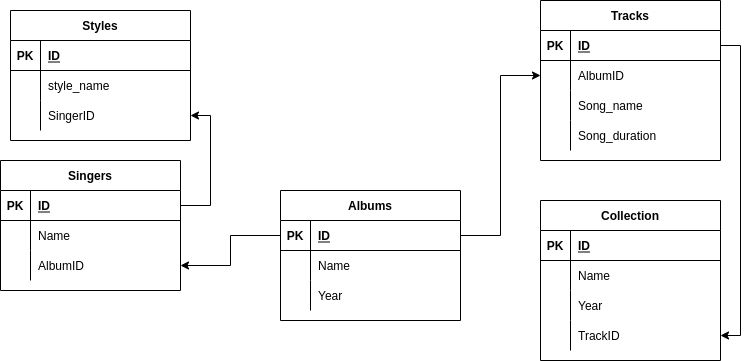
This is DB2_netology.png from pantipov21/DB-workshop, a draw.io export, as it was before one commit. Source tidied: cells renumbered, new cells last; positions are measured from the earlier drawing's top-left corner, leaving out a move shared by most shapes.
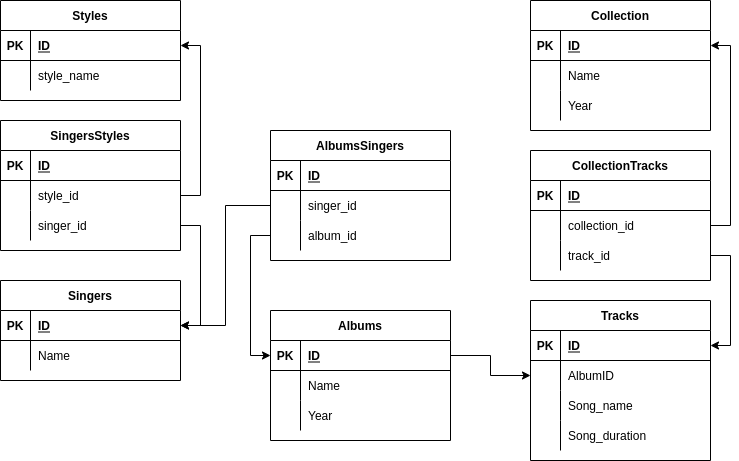
After the commit.

Commit message:
Исправление замечаний

The edit, as a diff of the source:
```diff
@@ -3,7 +3,7 @@
     <mxCell id="0" />
     <mxCell id="1" parent="0" />
     <mxCell id="2" value="Albums" style="shape=table;startSize=30;rowLines=0;fontStyle=1;align=center;" parent="1" vertex="1">
-      <mxGeometry x="280" y="190" width="180" height="130" as="geometry" />
+      <mxGeometry x="280" y="160" width="180" height="130" as="geometry" />
     </mxCell>
     <mxCell id="3" style="shape=tableRow;horizontal=0;startSize=0;swimlaneHead=0;swimlaneBody=0;fillColor=none;points=[[0,0.5],[1,0.5]];portConstraint=eastwest;top=0;left=0;right=0;bottom=1;" parent="2" vertex="1">
       <mxGeometry y="30" width="180" height="30" as="geometry" />
@@ -33,7 +33,7 @@
       <mxGeometry x="30" width="150" height="30" as="geometry" />
     </mxCell>
     <mxCell id="12" value="Tracks" style="shape=table;startSize=30;rowLines=0;fontStyle=1;align=center;" parent="1" vertex="1">
-      <mxGeometry x="540" width="180" height="160" as="geometry" />
+      <mxGeometry x="540" y="150" width="180" height="160" as="geometry" />
     </mxCell>
     <mxCell id="13" style="shape=tableRow;horizontal=0;startSize=0;swimlaneHead=0;swimlaneBody=0;fillColor=none;points=[[0,0.5],[1,0.5]];portConstraint=eastwest;top=0;left=0;right=0;bottom=1;" parent="12" vertex="1">
       <mxGeometry y="30" width="180" height="30" as="geometry" />
@@ -72,7 +72,7 @@
       <mxGeometry x="30" width="150" height="30" as="geometry" />
     </mxCell>
     <mxCell id="25" value="Singers" style="shape=table;startSize=30;rowLines=0;fontStyle=1;align=center;" parent="1" vertex="1">
-      <mxGeometry y="160" width="180" height="130" as="geometry" />
+      <mxGeometry x="10" y="130" width="180" height="100" as="geometry" />
     </mxCell>
     <mxCell id="26" style="shape=tableRow;horizontal=0;startSize=0;swimlaneHead=0;swimlaneBody=0;fillColor=none;points=[[0,0.5],[1,0.5]];portConstraint=eastwest;top=0;left=0;right=0;bottom=1;" parent="25" vertex="1">
       <mxGeometry y="30" width="180" height="30" as="geometry" />
@@ -92,20 +92,11 @@
     <mxCell id="31" value="Name" style="shape=partialRectangle;fillColor=none;top=0;left=0;bottom=0;right=0;align=left;spacingLeft=6;overflow=hidden;" parent="29" vertex="1">
       <mxGeometry x="30" width="150" height="30" as="geometry" />
     </mxCell>
-    <mxCell id="32" style="shape=tableRow;horizontal=0;startSize=0;swimlaneHead=0;swimlaneBody=0;fillColor=none;points=[[0,0.5],[1,0.5]];portConstraint=eastwest;top=0;left=0;right=0;bottom=0;" parent="25" vertex="1">
-      <mxGeometry y="90" width="180" height="30" as="geometry" />
-    </mxCell>
-    <mxCell id="33" style="shape=partialRectangle;fillColor=none;top=0;left=0;bottom=0;right=0;overflow=hidden;" parent="32" vertex="1">
-      <mxGeometry width="30" height="30" as="geometry" />
-    </mxCell>
-    <mxCell id="34" value="AlbumID" style="shape=partialRectangle;fillColor=none;top=0;left=0;bottom=0;right=0;align=left;spacingLeft=6;overflow=hidden;" parent="32" vertex="1">
-      <mxGeometry x="30" width="150" height="30" as="geometry" />
-    </mxCell>
     <mxCell id="35" style="edgeStyle=orthogonalEdgeStyle;rounded=0;jettySize=auto;html=1;exitX=1;exitY=0.5;exitDx=0;exitDy=0;entryX=0;entryY=0.5;entryDx=0;entryDy=0;" parent="1" edge="1" source="3" target="16">
       <mxGeometry relative="1" as="geometry" />
     </mxCell>
     <mxCell id="36" value="Styles" style="shape=table;startSize=30;rowLines=0;fontStyle=1;align=center;" parent="1" vertex="1">
-      <mxGeometry x="10" y="10" width="180" height="130" as="geometry" />
+      <mxGeometry x="10" y="-150" width="180" height="100" as="geometry" />
     </mxCell>
     <mxCell id="37" style="shape=tableRow;horizontal=0;startSize=0;swimlaneHead=0;swimlaneBody=0;fillColor=none;points=[[0,0.5],[1,0.5]];portConstraint=eastwest;top=0;left=0;right=0;bottom=1;" parent="36" vertex="1">
       <mxGeometry y="30" width="180" height="30" as="geometry" />
@@ -125,20 +116,8 @@
     <mxCell id="42" value="style_name" style="shape=partialRectangle;fillColor=none;top=0;left=0;bottom=0;right=0;align=left;spacingLeft=6;overflow=hidden;" parent="40" vertex="1">
       <mxGeometry x="30" width="150" height="30" as="geometry" />
     </mxCell>
-    <mxCell id="43" style="shape=tableRow;horizontal=0;startSize=0;swimlaneHead=0;swimlaneBody=0;fillColor=none;points=[[0,0.5],[1,0.5]];portConstraint=eastwest;top=0;left=0;right=0;bottom=0;" parent="36" vertex="1">
-      <mxGeometry y="90" width="180" height="30" as="geometry" />
-    </mxCell>
-    <mxCell id="44" style="shape=partialRectangle;fillColor=none;top=0;left=0;bottom=0;right=0;overflow=hidden;" parent="43" vertex="1">
-      <mxGeometry width="30" height="30" as="geometry" />
-    </mxCell>
-    <mxCell id="45" value="SingerID" style="shape=partialRectangle;fillColor=none;top=0;left=0;bottom=0;right=0;align=left;spacingLeft=6;overflow=hidden;" parent="43" vertex="1">
-      <mxGeometry x="30" width="150" height="30" as="geometry" />
-    </mxCell>
-    <mxCell id="46" style="edgeStyle=orthogonalEdgeStyle;rounded=0;jettySize=auto;html=1;exitX=0;exitY=0.5;exitDx=0;exitDy=0;" parent="1" edge="1" source="3" target="32">
-      <mxGeometry relative="1" as="geometry" />
-    </mxCell>
     <mxCell id="47" value="Collection" style="shape=table;startSize=30;rowLines=0;fontStyle=1;align=center;" parent="1" vertex="1">
-      <mxGeometry x="540" y="200" width="180" height="160" as="geometry" />
+      <mxGeometry x="540" y="-150" width="180" height="130" as="geometry" />
     </mxCell>
     <mxCell id="48" style="shape=tableRow;horizontal=0;startSize=0;swimlaneHead=0;swimlaneBody=0;fillColor=none;points=[[0,0.5],[1,0.5]];portConstraint=eastwest;top=0;left=0;right=0;bottom=1;" parent="47" vertex="1">
       <mxGeometry y="30" width="180" height="30" as="geometry" />
@@ -167,20 +146,113 @@
     <mxCell id="56" value="Year" style="shape=partialRectangle;fillColor=none;top=0;left=0;bottom=0;right=0;align=left;spacingLeft=6;overflow=hidden;" parent="54" vertex="1">
       <mxGeometry x="30" width="150" height="30" as="geometry" />
     </mxCell>
-    <mxCell id="57" style="shape=tableRow;horizontal=0;startSize=0;swimlaneHead=0;swimlaneBody=0;fillColor=none;points=[[0,0.5],[1,0.5]];portConstraint=eastwest;top=0;left=0;right=0;bottom=0;" parent="47" vertex="1">
-      <mxGeometry y="120" width="180" height="30" as="geometry" />
-    </mxCell>
-    <mxCell id="58" style="shape=partialRectangle;fillColor=none;top=0;left=0;bottom=0;right=0;overflow=hidden;" parent="57" vertex="1">
-      <mxGeometry width="30" height="30" as="geometry" />
-    </mxCell>
-    <mxCell id="59" value="TrackID" style="shape=partialRectangle;fillColor=none;top=0;left=0;bottom=0;right=0;align=left;spacingLeft=6;overflow=hidden;" parent="57" vertex="1">
-      <mxGeometry x="30" width="150" height="30" as="geometry" />
-    </mxCell>
-    <mxCell id="60" style="edgeStyle=orthogonalEdgeStyle;rounded=0;jettySize=auto;html=1;exitX=1;exitY=0.5;exitDx=0;exitDy=0;entryX=1;entryY=0.5;entryDx=0;entryDy=0;" parent="1" edge="1" source="13" target="57">
-      <mxGeometry relative="1" as="geometry" />
-    </mxCell>
-    <mxCell id="61" style="edgeStyle=orthogonalEdgeStyle;rounded=0;jettySize=auto;html=1;exitX=1;exitY=0.5;exitDx=0;exitDy=0;entryX=1;entryY=0.5;entryDx=0;entryDy=0;" parent="1" edge="1" source="26" target="43">
-      <mxGeometry relative="1" as="geometry" />
-    </mxCell>
+    <mxCell id="62" value="SingersStyles" style="shape=table;startSize=30;rowLines=0;fontStyle=1;align=center;" parent="1" vertex="1">
+      <mxGeometry x="10" y="-30" width="180" height="130" as="geometry" />
+    </mxCell>
+    <mxCell id="63" style="shape=tableRow;horizontal=0;startSize=0;swimlaneHead=0;swimlaneBody=0;fillColor=none;top=0;left=0;right=0;bottom=1;" parent="62" vertex="1">
+      <mxGeometry y="30" width="180" height="30" as="geometry" />
+    </mxCell>
+    <mxCell id="64" value="PK" style="shape=partialRectangle;fillColor=none;top=0;left=0;bottom=0;right=0;fontStyle=1;overflow=hidden;" parent="63" vertex="1">
+      <mxGeometry width="30" height="30" as="geometry" />
+    </mxCell>
+    <mxCell id="65" value="ID" style="shape=partialRectangle;fillColor=none;top=0;left=0;bottom=0;right=0;align=left;spacingLeft=6;fontStyle=5;overflow=hidden;" parent="63" vertex="1">
+      <mxGeometry x="30" width="150" height="30" as="geometry" />
+    </mxCell>
+    <mxCell id="66" style="shape=tableRow;horizontal=0;startSize=0;swimlaneHead=0;swimlaneBody=0;fillColor=none;points=[[0,0.5],[1,0.5]];portConstraint=eastwest;top=0;left=0;right=0;bottom=0;" parent="62" vertex="1">
+      <mxGeometry y="60" width="180" height="30" as="geometry" />
+    </mxCell>
+    <mxCell id="67" style="shape=partialRectangle;fillColor=none;top=0;left=0;bottom=0;right=0;overflow=hidden;" parent="66" vertex="1">
+      <mxGeometry width="30" height="30" as="geometry" />
+    </mxCell>
+    <mxCell id="68" value="style_id" style="shape=partialRectangle;fillColor=none;top=0;left=0;bottom=0;right=0;align=left;spacingLeft=6;overflow=hidden;" parent="66" vertex="1">
+      <mxGeometry x="30" width="150" height="30" as="geometry" />
+    </mxCell>
+    <mxCell id="69" style="shape=tableRow;horizontal=0;startSize=0;swimlaneHead=0;swimlaneBody=0;fillColor=none;points=[[0,0.5],[1,0.5]];portConstraint=eastwest;top=0;left=0;right=0;bottom=0;" parent="62" vertex="1">
+      <mxGeometry y="90" width="180" height="30" as="geometry" />
+    </mxCell>
+    <mxCell id="70" style="shape=partialRectangle;fillColor=none;top=0;left=0;bottom=0;right=0;overflow=hidden;" parent="69" vertex="1">
+      <mxGeometry width="30" height="30" as="geometry" />
+    </mxCell>
+    <mxCell id="71" value="singer_id" style="shape=partialRectangle;fillColor=none;top=0;left=0;bottom=0;right=0;align=left;spacingLeft=6;overflow=hidden;" parent="69" vertex="1">
+      <mxGeometry x="30" width="150" height="30" as="geometry" />
+    </mxCell>
+    <mxCell id="72" style="edgeStyle=orthogonalEdgeStyle;rounded=0;jettySize=auto;html=1;exitX=1;exitY=0.5;exitDx=0;exitDy=0;entryX=1;entryY=0.5;entryDx=0;entryDy=0;" parent="1" edge="1" source="69" target="26">
+      <mxGeometry relative="1" as="geometry" />
+    </mxCell>
+    <mxCell id="73" style="edgeStyle=orthogonalEdgeStyle;rounded=0;jettySize=auto;html=1;exitX=1;exitY=0.5;exitDx=0;exitDy=0;entryX=1;entryY=0.5;entryDx=0;entryDy=0;" parent="1" edge="1" source="66" target="37">
+      <mxGeometry relative="1" as="geometry" />
+    </mxCell>
+    <mxCell id="74" value="AlbumsSingers" style="shape=table;startSize=30;rowLines=0;fontStyle=1;align=center;" parent="1" vertex="1">
+      <mxGeometry x="280" y="-20" width="180" height="130" as="geometry" />
+    </mxCell>
+    <mxCell id="75" style="shape=tableRow;horizontal=0;startSize=0;swimlaneHead=0;swimlaneBody=0;fillColor=none;top=0;left=0;right=0;bottom=1;" parent="74" vertex="1">
+      <mxGeometry y="30" width="180" height="30" as="geometry" />
+    </mxCell>
+    <mxCell id="76" value="PK" style="shape=partialRectangle;fillColor=none;top=0;left=0;bottom=0;right=0;fontStyle=1;overflow=hidden;" parent="75" vertex="1">
+      <mxGeometry width="30" height="30" as="geometry" />
+    </mxCell>
+    <mxCell id="77" value="ID" style="shape=partialRectangle;fillColor=none;top=0;left=0;bottom=0;right=0;align=left;spacingLeft=6;fontStyle=5;overflow=hidden;" parent="75" vertex="1">
+      <mxGeometry x="30" width="150" height="30" as="geometry" />
+    </mxCell>
+    <mxCell id="78" style="shape=tableRow;horizontal=0;startSize=0;swimlaneHead=0;swimlaneBody=0;fillColor=none;points=[[0,0.5],[1,0.5]];portConstraint=eastwest;top=0;left=0;right=0;bottom=0;" parent="74" vertex="1">
+      <mxGeometry y="60" width="180" height="30" as="geometry" />
+    </mxCell>
+    <mxCell id="79" style="shape=partialRectangle;fillColor=none;top=0;left=0;bottom=0;right=0;overflow=hidden;" parent="78" vertex="1">
+      <mxGeometry width="30" height="30" as="geometry" />
+    </mxCell>
+    <mxCell id="80" value="singer_id" style="shape=partialRectangle;fillColor=none;top=0;left=0;bottom=0;right=0;align=left;spacingLeft=6;overflow=hidden;" parent="78" vertex="1">
+      <mxGeometry x="30" width="150" height="30" as="geometry" />
+    </mxCell>
+    <mxCell id="81" style="shape=tableRow;horizontal=0;startSize=0;swimlaneHead=0;swimlaneBody=0;fillColor=none;points=[[0,0.5],[1,0.5]];portConstraint=eastwest;top=0;left=0;right=0;bottom=0;" parent="74" vertex="1">
+      <mxGeometry y="90" width="180" height="30" as="geometry" />
+    </mxCell>
+    <mxCell id="82" style="shape=partialRectangle;fillColor=none;top=0;left=0;bottom=0;right=0;overflow=hidden;" parent="81" vertex="1">
+      <mxGeometry width="30" height="30" as="geometry" />
+    </mxCell>
+    <mxCell id="83" value="album_id" style="shape=partialRectangle;fillColor=none;top=0;left=0;bottom=0;right=0;align=left;spacingLeft=6;overflow=hidden;" parent="81" vertex="1">
+      <mxGeometry x="30" width="150" height="30" as="geometry" />
+    </mxCell>
+    <mxCell id="84" style="edgeStyle=orthogonalEdgeStyle;rounded=0;jettySize=auto;html=1;exitX=0;exitY=0.5;exitDx=0;exitDy=0;entryX=1;entryY=0.5;entryDx=0;entryDy=0;" parent="1" edge="1" source="78" target="26">
+      <mxGeometry relative="1" as="geometry" />
+    </mxCell>
+    <mxCell id="85" style="edgeStyle=orthogonalEdgeStyle;rounded=0;jettySize=auto;html=1;exitX=0;exitY=0.5;exitDx=0;exitDy=0;entryX=0;entryY=0.5;entryDx=0;entryDy=0;" parent="1" edge="1" source="81" target="3">
+      <mxGeometry relative="1" as="geometry" />
+    </mxCell>
+    <mxCell id="86" value="CollectionTracks" style="shape=table;startSize=30;rowLines=0;fontStyle=1;align=center;" parent="1" vertex="1">
+      <mxGeometry x="540" width="180" height="130" as="geometry" />
+    </mxCell>
+    <mxCell id="87" style="shape=tableRow;horizontal=0;startSize=0;swimlaneHead=0;swimlaneBody=0;fillColor=none;top=0;left=0;right=0;bottom=1;" parent="86" vertex="1">
+      <mxGeometry y="30" width="180" height="30" as="geometry" />
+    </mxCell>
+    <mxCell id="88" value="PK" style="shape=partialRectangle;fillColor=none;top=0;left=0;bottom=0;right=0;fontStyle=1;overflow=hidden;" parent="87" vertex="1">
+      <mxGeometry width="30" height="30" as="geometry" />
+    </mxCell>
+    <mxCell id="89" value="ID" style="shape=partialRectangle;fillColor=none;top=0;left=0;bottom=0;right=0;align=left;spacingLeft=6;fontStyle=5;overflow=hidden;" parent="87" vertex="1">
+      <mxGeometry x="30" width="150" height="30" as="geometry" />
+    </mxCell>
+    <mxCell id="90" style="shape=tableRow;horizontal=0;startSize=0;swimlaneHead=0;swimlaneBody=0;fillColor=none;points=[[0,0.5],[1,0.5]];portConstraint=eastwest;top=0;left=0;right=0;bottom=0;" parent="86" vertex="1">
+      <mxGeometry y="60" width="180" height="30" as="geometry" />
+    </mxCell>
+    <mxCell id="91" style="shape=partialRectangle;fillColor=none;top=0;left=0;bottom=0;right=0;overflow=hidden;" parent="90" vertex="1">
+      <mxGeometry width="30" height="30" as="geometry" />
+    </mxCell>
+    <mxCell id="92" value="collection_id" style="shape=partialRectangle;fillColor=none;top=0;left=0;bottom=0;right=0;align=left;spacingLeft=6;overflow=hidden;" parent="90" vertex="1">
+      <mxGeometry x="30" width="150" height="30" as="geometry" />
+    </mxCell>
+    <mxCell id="93" style="shape=tableRow;horizontal=0;startSize=0;swimlaneHead=0;swimlaneBody=0;fillColor=none;points=[[0,0.5],[1,0.5]];portConstraint=eastwest;top=0;left=0;right=0;bottom=0;" parent="86" vertex="1">
+      <mxGeometry y="90" width="180" height="30" as="geometry" />
+    </mxCell>
+    <mxCell id="94" style="shape=partialRectangle;fillColor=none;top=0;left=0;bottom=0;right=0;overflow=hidden;" parent="93" vertex="1">
+      <mxGeometry width="30" height="30" as="geometry" />
+    </mxCell>
+    <mxCell id="95" value="track_id" style="shape=partialRectangle;fillColor=none;top=0;left=0;bottom=0;right=0;align=left;spacingLeft=6;overflow=hidden;" parent="93" vertex="1">
+      <mxGeometry x="30" width="150" height="30" as="geometry" />
+    </mxCell>
+    <mxCell id="96" style="edgeStyle=orthogonalEdgeStyle;rounded=0;jettySize=auto;html=1;exitX=1;exitY=0.5;exitDx=0;exitDy=0;entryX=1;entryY=0.5;entryDx=0;entryDy=0;" parent="1" edge="1" source="93" target="13">
+      <mxGeometry relative="1" as="geometry" />
+    </mxCell>
+    <mxCell id="97" style="edgeStyle=orthogonalEdgeStyle;rounded=0;jettySize=auto;html=1;exitX=1;exitY=0.5;exitDx=0;exitDy=0;entryX=1;entryY=0.5;entryDx=0;entryDy=0;" parent="1" edge="1" source="90" target="48">
+      <mxGeometry relative="1" as="geometry" />
+    </mxCell>
   </root>
 </mxGraphModel>
```
